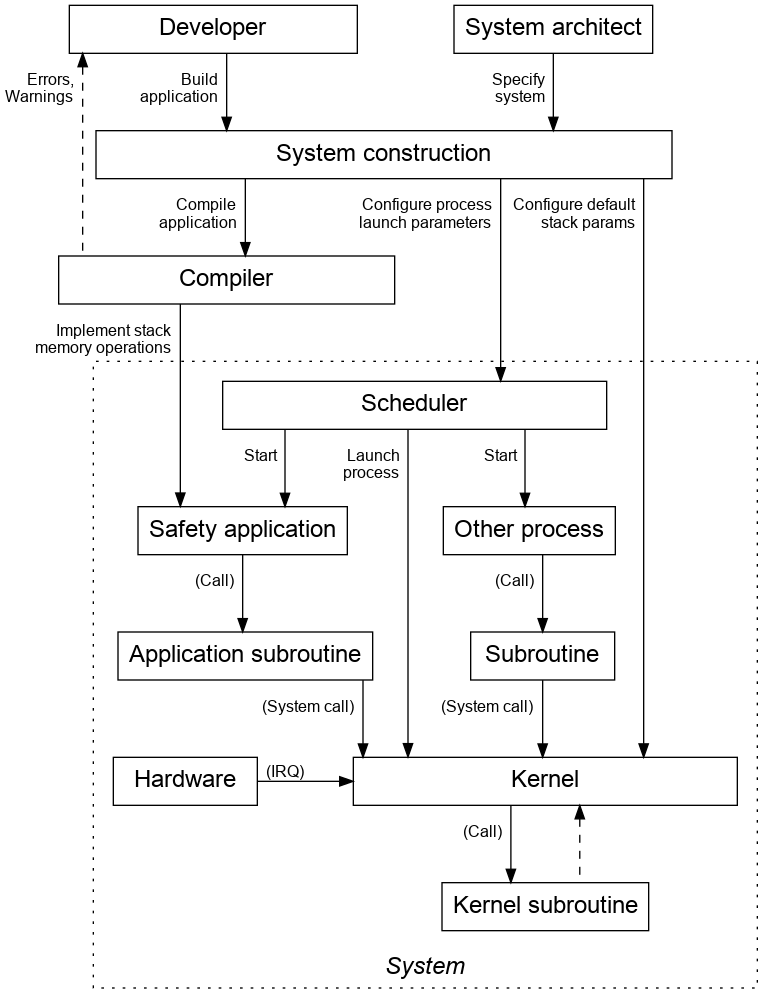
The Graphviz diagram stack-memory/control-structure.dot.png in elisa-tech/wg-osep, before a commit. Its source is kept beside it as stack-memory/control-structure.dot.
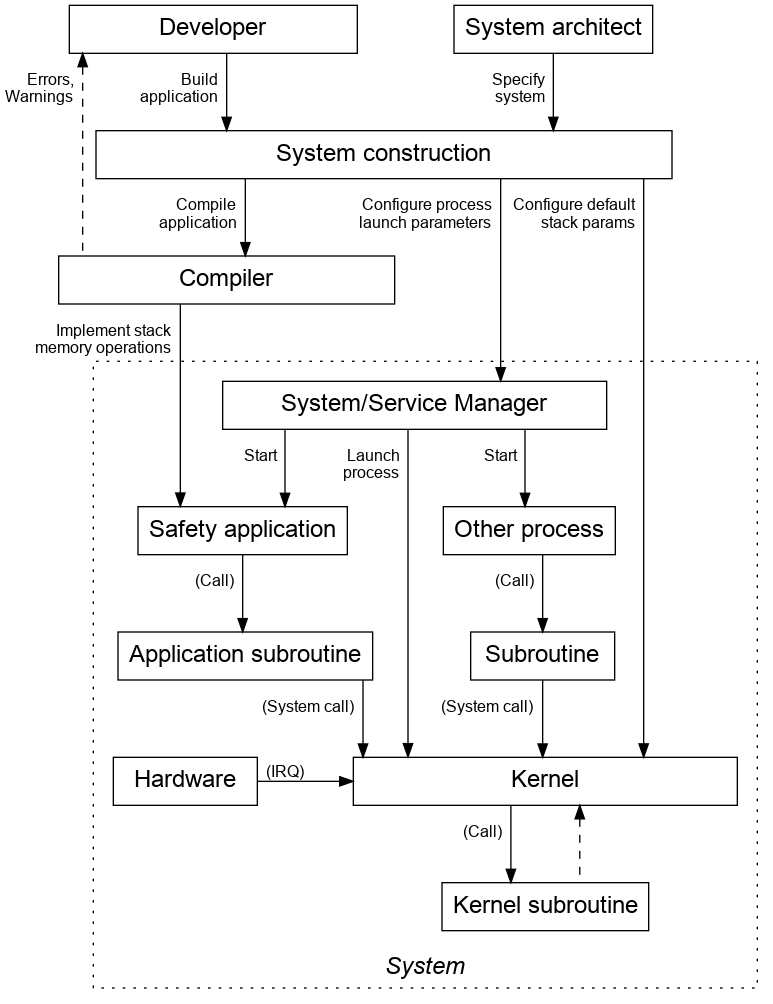
The same diagram one commit later.

Commit message:
Update control structure

* Rename 'Scehduler' to avoid confusion

Diff of the diagram source:
```diff
@@ -14,7 +14,7 @@
 subgraph cluster_0 { style=dotted margin=15
                      label=<<i>System</i>> labelloc=b
                      fontname="arial" fontsize=18
-    Scheduler [width=4]
+    Manager [label="System/Service Manager" width=4]
     { rank=same
         Application [label="Safety application"]
         Other [label="Other process"] }
@@ -29,14 +29,14 @@
 Developer -> Build [taillabel="\rBuild  \rapplication  \r" weight=2]
 Developer -> Compiler [dir=back style=dashed taillabel="\rErrors,  \rWarnings  \r"]
 Architect -> Build [taillabel="\rSpecify  \rsystem  \r"]
-Build -> Scheduler [taillabel="\rConfigure process  \rlaunch parameters  \r"]
+Build -> Manager [taillabel="\rConfigure process  \rlaunch parameters  \r"]
 Build-> Kernel [taillabel="\rConfigure default  \rstack params  \r"]
 Build -> Compiler [taillabel="\rCompile  \rapplication  \r" weight=3]
 Compiler -> Application [taillabel="\rImplement stack  \rmemory operations  \r"]
-Compiler -> Scheduler [style=invis]
-Scheduler -> Application [taillabel="\rStart  \r" weight=4]
-Scheduler -> Other [taillabel="\rStart  \r"]
-Scheduler -> Kernel [taillabel="\rLaunch  \rprocess  \r"]
+Compiler -> Manager [style=invis]
+Manager -> Application [taillabel="\rStart  \r" weight=4]
+Manager -> Other [taillabel="\rStart  \r"]
+Manager -> Kernel [taillabel="\rLaunch  \rprocess  \r"]
 Application -> ASub [taillabel="\r(Call)  \r"]
 
 ASub -> Kernel [taillabel="\r(System call)  \r"]
```
